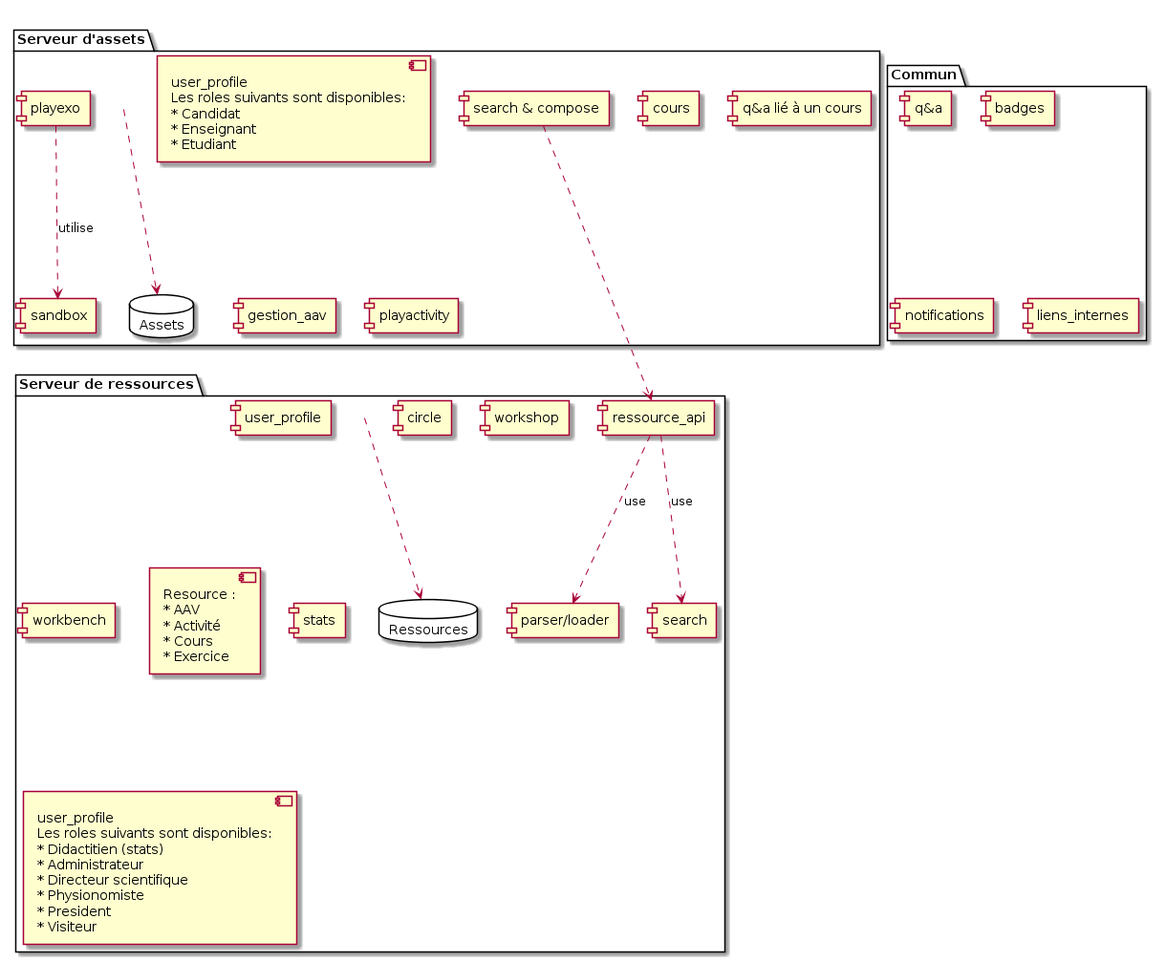
Earlier version of the PlantUML export paquetage/paquetage.png (PremierLangage/platon-conception).
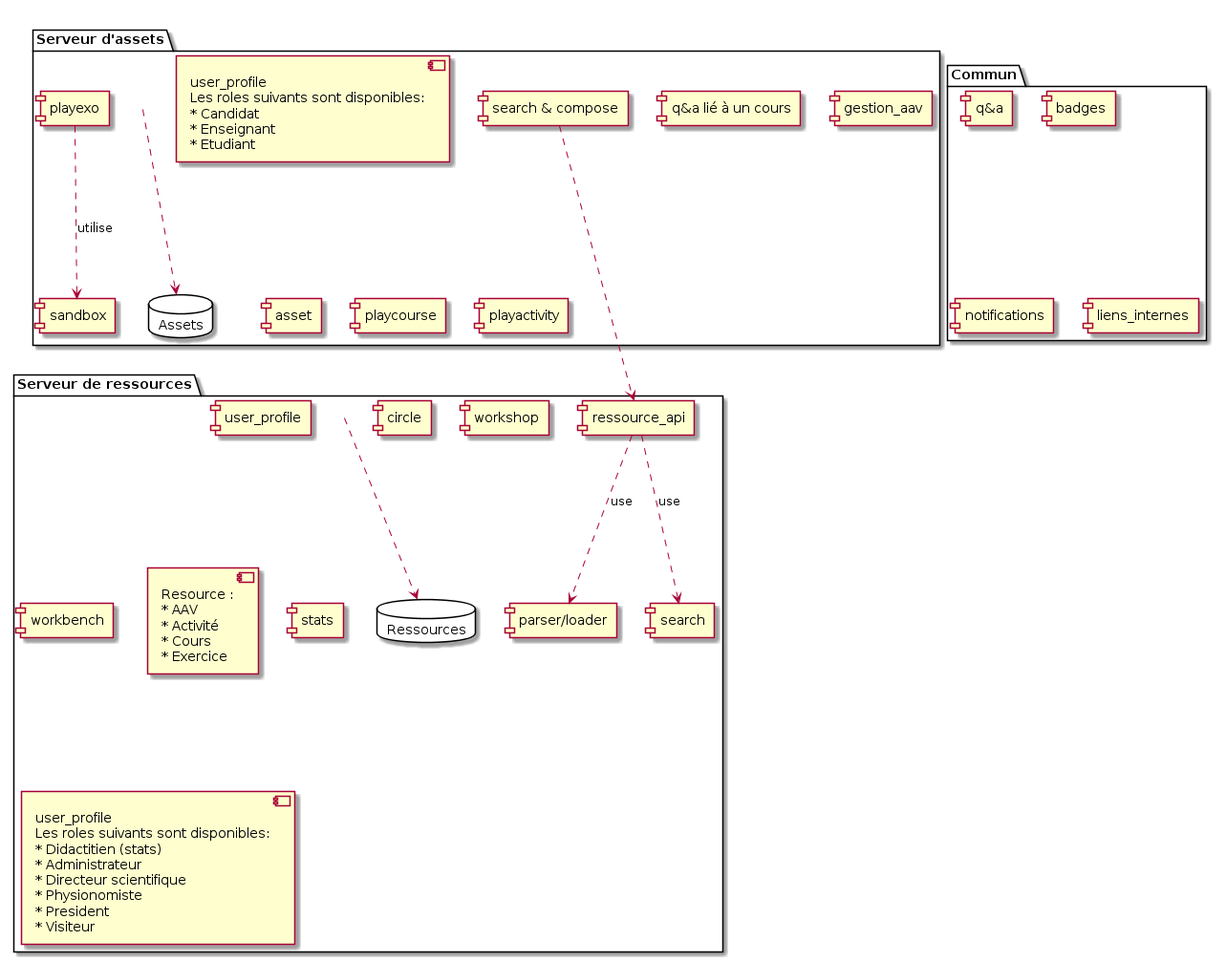
After the commit.

Commit message:
added plantuml source to paquetage

What changed in the source:
```diff
@@ -10,11 +10,12 @@
 		* Etudiant
 	]
 	[search & compose] as sc
-	[cours]
 	[q&a lié à un cours]
 	[gestion_aav]
+	[sandbox]
+	[asset]
+	[playcourse]
 	[playactivity]
-	[sandbox]
 	[playexo]
 	[playexo] ..> [sandbox] : utilise
 
```
